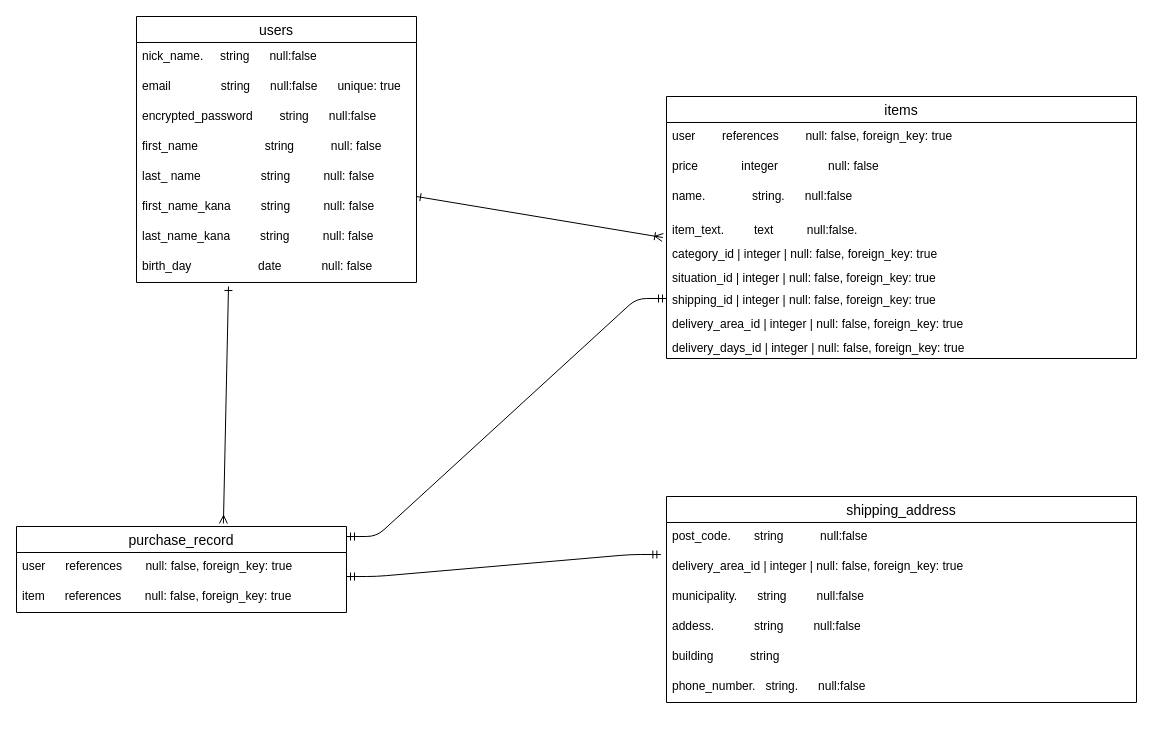
This is test.dio from tomatokirai/furima-38978, a draw.io file, before an edit. Source tidied: cells renumbered, new cells numbered last; positions are measured from the earlier drawing's top-left corner, leaving out a move shared by most shapes. Both pictures are drawn from the tidied source at 100%, with x=0, y=0 at pixel (-224, 16).
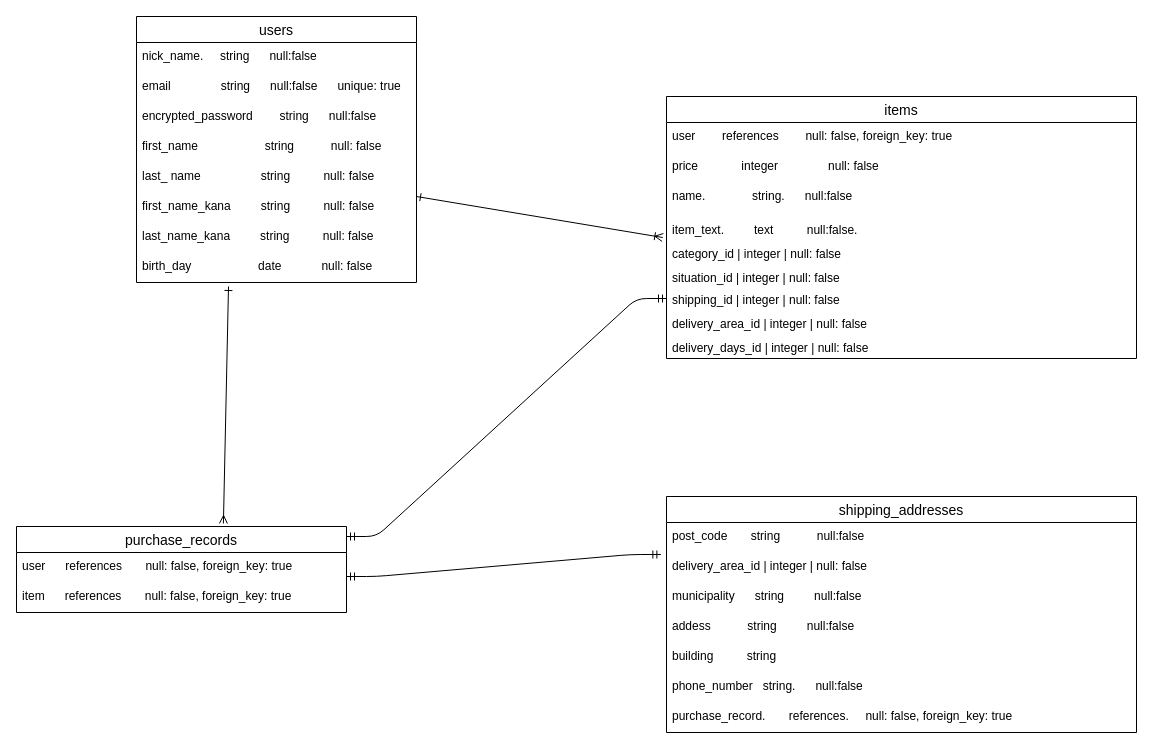
After the change.

Unchanged cells that the change refers to:
```xml
<mxCell id="22" value="items" style="swimlane;fontStyle=0;horizontal=1;startSize=26;align=center;fontSize=14;" parent="1" vertex="1">
  <mxGeometry x="890" y="80" width="470" height="262" as="geometry" />
</mxCell>
```

Diff of the diagram source:
```diff
@@
-    <mxCell id="12" value="purchase_record" style="swimlane;fontStyle=0;horizontal=1;startSize=26;align=center;fontSize=14;" parent="1" vertex="1">
+    <mxCell id="12" value="purchase_records" style="swimlane;fontStyle=0;horizontal=1;startSize=26;align=center;fontSize=14;" parent="1" vertex="1">
       <mxGeometry x="240" y="510" width="330" height="86" as="geometry" />
     </mxCell>
@@
-    <mxCell id="15" value="shipping_address" style="swimlane;fontStyle=0;horizontal=1;startSize=26;align=center;fontSize=14;" parent="1" vertex="1">
-      <mxGeometry x="890" y="480" width="470" height="206" as="geometry" />
+    <mxCell id="15" value="shipping_addresses" style="swimlane;fontStyle=0;horizontal=1;startSize=26;align=center;fontSize=14;" parent="1" vertex="1">
+      <mxGeometry x="890" y="480" width="470" height="236" as="geometry" />
     </mxCell>
-    <mxCell id="16" value="post_code.       string           null:false" style="text;strokeColor=none;fillColor=none;spacingLeft=4;spacingRight=4;overflow=hidden;points=[[0,0.5],[1,0.5]];portConstraint=eastwest;fontSize=12;" parent="15" vertex="1">
+    <mxCell id="16" value="post_code       string           null:false" style="text;strokeColor=none;fillColor=none;spacingLeft=4;spacingRight=4;overflow=hidden;points=[[0,0.5],[1,0.5]];portConstraint=eastwest;fontSize=12;" parent="15" vertex="1">
       <mxGeometry y="26" width="470" height="30" as="geometry" />
     </mxCell>
-    <mxCell id="17" value="delivery_area_id   | integer         | null: false, foreign_key: true" style="text;strokeColor=none;fillColor=none;spacingLeft=4;spacingRight=4;overflow=hidden;fontSize=12;" parent="15" vertex="1">
+    <mxCell id="17" value="delivery_area_id   | integer         | null: false" style="text;strokeColor=none;fillColor=none;spacingLeft=4;spacingRight=4;overflow=hidden;fontSize=12;" parent="15" vertex="1">
       <mxGeometry y="56" width="470" height="30" as="geometry" />
     </mxCell>
-    <mxCell id="18" value="municipality.      string         null:false" style="text;strokeColor=none;fillColor=none;spacingLeft=4;spacingRight=4;overflow=hidden;fontSize=12;" parent="15" vertex="1">
+    <mxCell id="18" value="municipality      string         null:false" style="text;strokeColor=none;fillColor=none;spacingLeft=4;spacingRight=4;overflow=hidden;fontSize=12;" parent="15" vertex="1">
       <mxGeometry y="86" width="470" height="30" as="geometry" />
     </mxCell>
-    <mxCell id="19" value="addess.            string         null:false" style="text;strokeColor=none;fillColor=none;spacingLeft=4;spacingRight=4;overflow=hidden;fontSize=12;" parent="15" vertex="1">
+    <mxCell id="19" value="addess           string         null:false" style="text;strokeColor=none;fillColor=none;spacingLeft=4;spacingRight=4;overflow=hidden;fontSize=12;" parent="15" vertex="1">
       <mxGeometry y="116" width="470" height="30" as="geometry" />
     </mxCell>
-    <mxCell id="20" value="building           string         " style="text;strokeColor=none;fillColor=none;spacingLeft=4;spacingRight=4;overflow=hidden;fontSize=12;" parent="15" vertex="1">
+    <mxCell id="20" value="building          string         " style="text;strokeColor=none;fillColor=none;spacingLeft=4;spacingRight=4;overflow=hidden;fontSize=12;" parent="15" vertex="1">
       <mxGeometry y="146" width="470" height="30" as="geometry" />
     </mxCell>
-    <mxCell id="21" value="phone_number.   string.      null:false" style="text;strokeColor=none;fillColor=none;spacingLeft=4;spacingRight=4;overflow=hidden;fontSize=12;" parent="15" vertex="1">
+    <mxCell id="21" value="phone_number   string.      null:false" style="text;strokeColor=none;fillColor=none;spacingLeft=4;spacingRight=4;overflow=hidden;fontSize=12;" parent="15" vertex="1">
       <mxGeometry y="176" width="470" height="30" as="geometry" />
     </mxCell>
+    <mxCell id="36" value="purchase_record.       references.     null: false, foreign_key: true" style="text;strokeColor=none;fillColor=none;spacingLeft=4;spacingRight=4;overflow=hidden;fontSize=12;" parent="15" vertex="1">
+      <mxGeometry y="206" width="470" height="30" as="geometry" />
+    </mxCell>
@@
-    <mxCell id="27" value="category_id        | integer         | null: false, foreign_key: true" style="text;strokeColor=none;fillColor=none;spacingLeft=4;spacingRight=4;overflow=hidden;fontSize=12;" parent="22" vertex="1">
+    <mxCell id="27" value="category_id        | integer         | null: false" style="text;strokeColor=none;fillColor=none;spacingLeft=4;spacingRight=4;overflow=hidden;fontSize=12;" parent="22" vertex="1">
       <mxGeometry y="144" width="470" height="24" as="geometry" />
     </mxCell>
-    <mxCell id="28" value="situation_id       | integer         | null: false, foreign_key: true" style="text;strokeColor=none;fillColor=none;spacingLeft=4;spacingRight=4;overflow=hidden;fontSize=12;" parent="22" vertex="1">
+    <mxCell id="28" value="situation_id       | integer         | null: false" style="text;strokeColor=none;fillColor=none;spacingLeft=4;spacingRight=4;overflow=hidden;fontSize=12;" parent="22" vertex="1">
       <mxGeometry y="168" width="470" height="22" as="geometry" />
     </mxCell>
-    <mxCell id="29" value="shipping_id        | integer         | null: false, foreign_key: true" style="text;strokeColor=none;fillColor=none;spacingLeft=4;spacingRight=4;overflow=hidden;points=[[0,0.5],[1,0.5]];portConstraint=eastwest;fontSize=12;" parent="22" vertex="1">
+    <mxCell id="29" value="shipping_id        | integer         | null: false" style="text;strokeColor=none;fillColor=none;spacingLeft=4;spacingRight=4;overflow=hidden;points=[[0,0.5],[1,0.5]];portConstraint=eastwest;fontSize=12;" parent="22" vertex="1">
       <mxGeometry y="190" width="470" height="24" as="geometry" />
     </mxCell>
-    <mxCell id="30" value="delivery_area_id   | integer         | null: false, foreign_key: true" style="text;strokeColor=none;fillColor=none;spacingLeft=4;spacingRight=4;overflow=hidden;fontSize=12;" parent="22" vertex="1">
+    <mxCell id="30" value="delivery_area_id   | integer         | null: false" style="text;strokeColor=none;fillColor=none;spacingLeft=4;spacingRight=4;overflow=hidden;fontSize=12;" parent="22" vertex="1">
       <mxGeometry y="214" width="470" height="24" as="geometry" />
     </mxCell>
-    <mxCell id="31" value="delivery_days_id   | integer         | null: false, foreign_key: true" style="text;strokeColor=none;fillColor=none;spacingLeft=4;spacingRight=4;overflow=hidden;fontSize=12;" parent="22" vertex="1">
+    <mxCell id="31" value="delivery_days_id   | integer         | null: false" style="text;strokeColor=none;fillColor=none;spacingLeft=4;spacingRight=4;overflow=hidden;fontSize=12;" parent="22" vertex="1">
       <mxGeometry y="238" width="470" height="24" as="geometry" />
     </mxCell>
```
